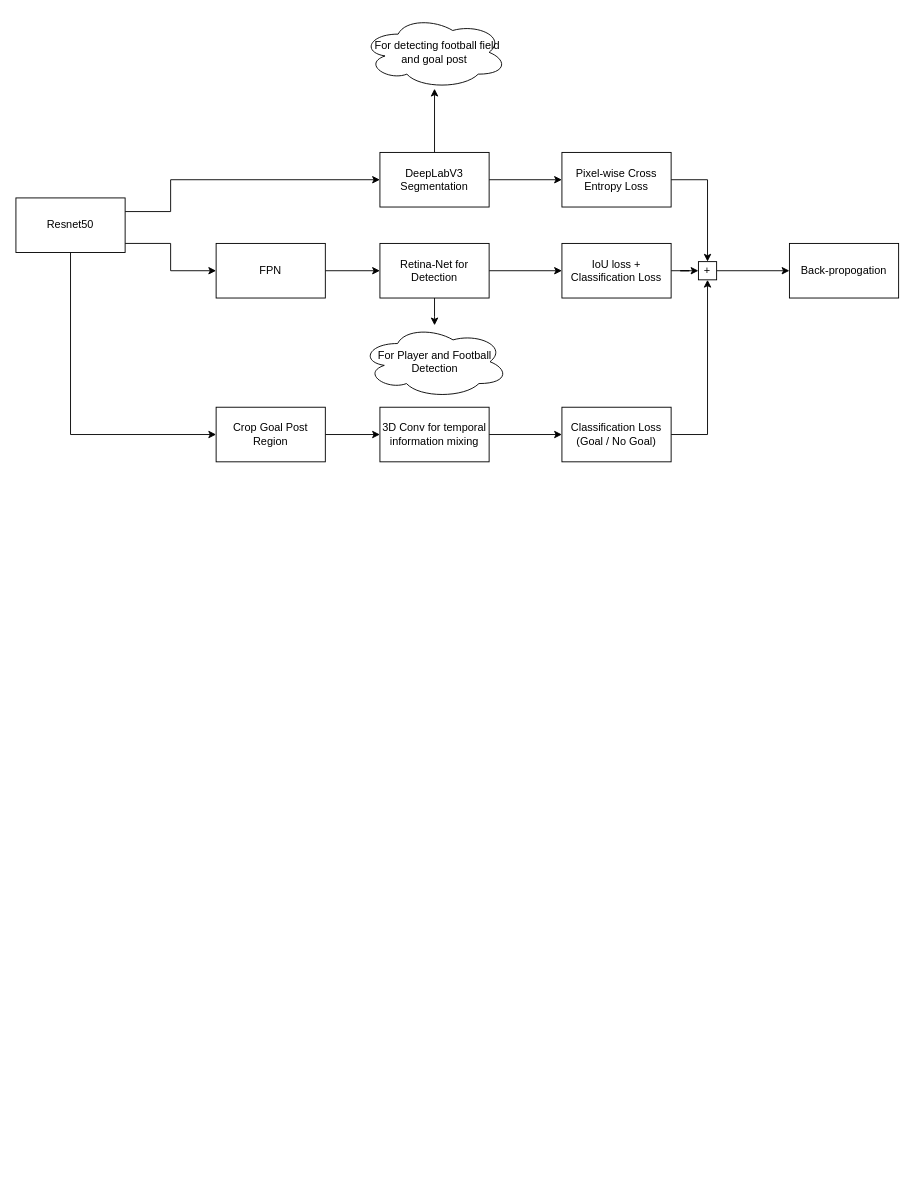
The draw.io diagram architecture.drawio in sohaib023/Penalty-Detection, before the edit. Source tidied: cells renumbered, new cells numbered last; positions are measured from the earlier drawing's top-left corner, leaving out a move shared by most shapes. Both pictures are drawn from the tidied source at 91%, with x=0, y=0 at pixel (15, 15).
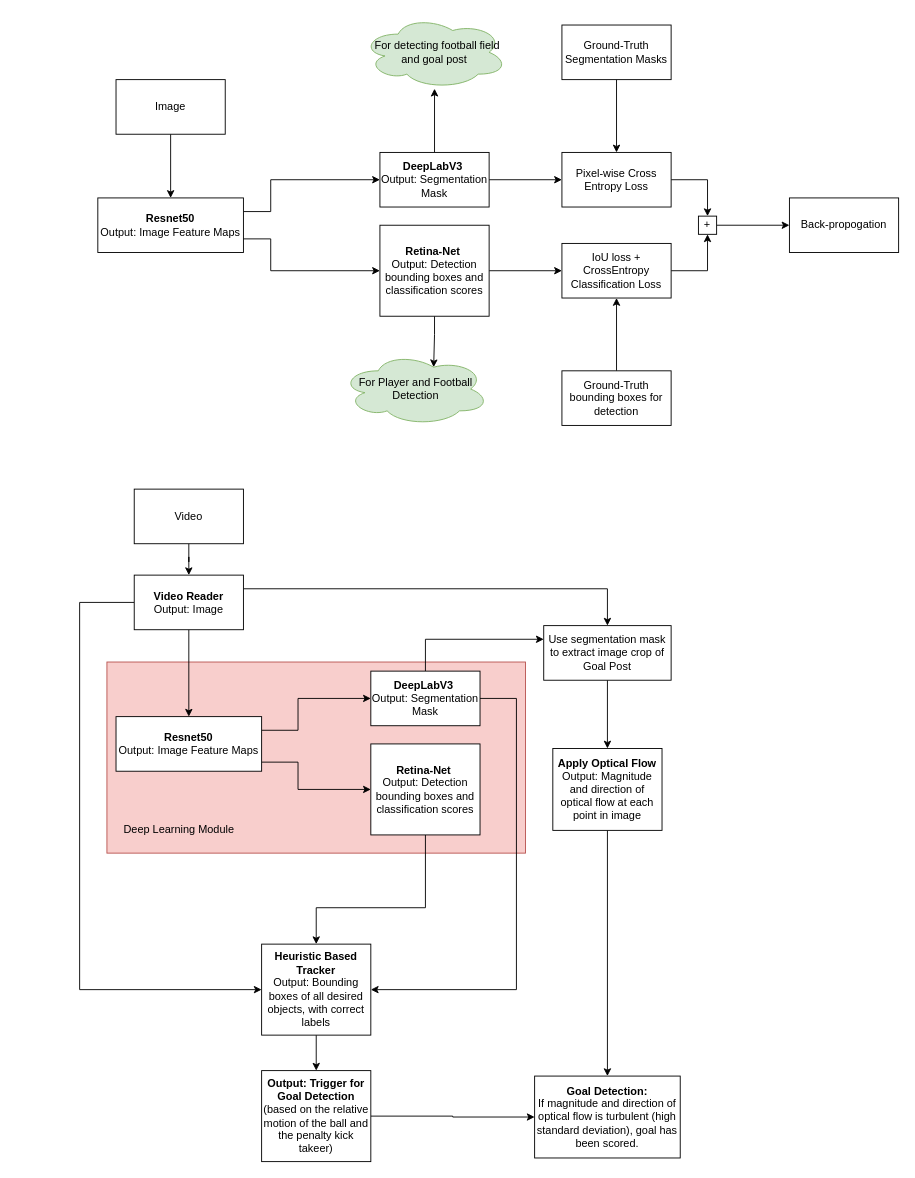
The same page after the edit.

The change refers to these unchanged cells:
```xml
<mxCell id="15" value="Pixel-wise Cross Entropy Loss" style="rounded=0;whiteSpace=wrap;html=1;" parent="1" vertex="1">
  <mxGeometry x="600" y="150" width="120" height="60" as="geometry" />
</mxCell>
```

Change to the diagram source:
```diff
@@
-    <mxCell id="2" style="edgeStyle=orthogonalEdgeStyle;rounded=0;jettySize=auto;html=1;" parent="1" edge="1" source="5" target="10">
-      <mxGeometry relative="1" as="geometry">
-        <Array as="points">
-          <mxPoint x="170" y="250" />
-          <mxPoint x="170" y="280" />
-        </Array>
-      </mxGeometry>
-    </mxCell>
+    <mxCell id="29" value="&lt;br&gt;&lt;br&gt;&lt;br&gt;&lt;br&gt;&lt;br&gt;&lt;br&gt;&lt;br&gt;&lt;br&gt;&lt;br&gt;&lt;br&gt;&lt;br&gt;&amp;nbsp; &amp;nbsp; &amp;nbsp;Deep Learning Module" style="rounded=0;whiteSpace=wrap;html=1;fillColor=#f8cecc;strokeColor=#b85450;align=left;" parent="1" vertex="1">
+      <mxGeometry x="100" y="710" width="460" height="210" as="geometry" />
+    </mxCell>
     <mxCell id="3" style="edgeStyle=orthogonalEdgeStyle;rounded=0;jettySize=auto;html=1;exitX=1;exitY=0.25;exitDx=0;exitDy=0;entryX=0;entryY=0.5;entryDx=0;entryDy=0;" parent="1" edge="1" source="5" target="8">
       <mxGeometry relative="1" as="geometry">
         <Array as="points">
-          <mxPoint x="170" y="215" />
-          <mxPoint x="170" y="180" />
+          <mxPoint x="280" y="215" />
+          <mxPoint x="280" y="180" />
         </Array>
       </mxGeometry>
     </mxCell>
-    <mxCell id="4" style="edgeStyle=orthogonalEdgeStyle;rounded=0;jettySize=auto;html=1;entryX=0;entryY=0.5;entryDx=0;entryDy=0;" parent="1" edge="1" source="5" target="24">
-      <mxGeometry relative="1" as="geometry">
-        <Array as="points">
-          <mxPoint x="60" y="460" />
-        </Array>
-      </mxGeometry>
-    </mxCell>
-    <mxCell id="5" value="Resnet50" style="rounded=0;whiteSpace=wrap;html=1;" parent="1" vertex="1">
-      <mxGeometry y="200" width="120" height="60" as="geometry" />
+    <mxCell id="5" value="&lt;b&gt;Resnet50&lt;/b&gt;&lt;br&gt;Output: Image Feature Maps" style="rounded=0;whiteSpace=wrap;html=1;" parent="1" vertex="1">
+      <mxGeometry x="90" y="200" width="160" height="60" as="geometry" />
     </mxCell>
@@
-    <mxCell id="8" value="DeepLabV3 Segmentation" style="rounded=0;whiteSpace=wrap;html=1;" parent="1" vertex="1">
+    <mxCell id="8" value="&lt;b&gt;DeepLabV3&amp;nbsp;&lt;/b&gt;&lt;br&gt;Output: Segmentation Mask" style="rounded=0;whiteSpace=wrap;html=1;" parent="1" vertex="1">
       <mxGeometry x="400" y="150" width="120" height="60" as="geometry" />
     </mxCell>
-    <mxCell id="9" style="edgeStyle=orthogonalEdgeStyle;rounded=0;jettySize=auto;html=1;" parent="1" edge="1" source="10" target="13">
-      <mxGeometry relative="1" as="geometry" />
+    <mxCell id="9" style="edgeStyle=orthogonalEdgeStyle;rounded=0;jettySize=auto;html=1;exitX=1;exitY=0.75;exitDx=0;exitDy=0;" parent="1" edge="1" source="5" target="13">
+      <mxGeometry relative="1" as="geometry">
+        <Array as="points">
+          <mxPoint x="280" y="245" />
+          <mxPoint x="280" y="280" />
+        </Array>
+      </mxGeometry>
     </mxCell>
-    <mxCell id="10" value="FPN" style="rounded=0;whiteSpace=wrap;html=1;" parent="1" vertex="1">
-      <mxGeometry x="220" y="250" width="120" height="60" as="geometry" />
-    </mxCell>
@@
-    <mxCell id="12" style="edgeStyle=orthogonalEdgeStyle;rounded=0;jettySize=auto;html=1;" parent="1" edge="1" source="13" target="21">
+    <mxCell id="12" style="edgeStyle=orthogonalEdgeStyle;rounded=0;jettySize=auto;html=1;exitX=0.5;exitY=1;exitDx=0;exitDy=0;entryX=0.625;entryY=0.2;entryDx=0;entryDy=0;entryPerimeter=0;" parent="1" edge="1" source="13" target="21">
       <mxGeometry relative="1" as="geometry" />
     </mxCell>
-    <mxCell id="13" value="Retina-Net for Detection" style="rounded=0;whiteSpace=wrap;html=1;" parent="1" vertex="1">
-      <mxGeometry x="400" y="250" width="120" height="60" as="geometry" />
+    <mxCell id="13" value="&lt;b&gt;Retina-Net&amp;nbsp;&lt;br&gt;&lt;/b&gt;Output: Detection bounding boxes and classification scores" style="rounded=0;whiteSpace=wrap;html=1;" parent="1" vertex="1">
+      <mxGeometry x="400" y="230" width="120" height="100" as="geometry" />
     </mxCell>
@@
-    <mxCell id="16" style="edgeStyle=orthogonalEdgeStyle;rounded=0;jettySize=auto;html=1;entryX=0;entryY=0.5;entryDx=0;entryDy=0;" parent="1" edge="1" source="17" target="19">
+    <mxCell id="16" style="edgeStyle=orthogonalEdgeStyle;rounded=0;jettySize=auto;html=1;entryX=0.5;entryY=1;entryDx=0;entryDy=0;" parent="1" edge="1" source="17" target="19">
       <mxGeometry relative="1" as="geometry" />
     </mxCell>
-    <mxCell id="17" value="IoU loss + Classification Loss" style="rounded=0;whiteSpace=wrap;html=1;" parent="1" vertex="1">
+    <mxCell id="17" value="IoU loss + CrossEntropy Classification Loss" style="rounded=0;whiteSpace=wrap;html=1;" parent="1" vertex="1">
       <mxGeometry x="600" y="250" width="120" height="60" as="geometry" />
     </mxCell>
@@
     <mxCell id="19" value="+" style="rounded=0;whiteSpace=wrap;html=1;" parent="1" vertex="1">
-      <mxGeometry x="750" y="270" width="20" height="20" as="geometry" />
+      <mxGeometry x="750" y="220" width="20" height="20" as="geometry" />
     </mxCell>
     <mxCell id="20" value="Back-propogation" style="whiteSpace=wrap;html=1;rounded=0;" parent="1" vertex="1">
-      <mxGeometry x="850" y="250" width="120" height="60" as="geometry" />
+      <mxGeometry x="850" y="200" width="120" height="60" as="geometry" />
     </mxCell>
-    <mxCell id="21" value="For Player and Football Detection" style="ellipse;shape=cloud;whiteSpace=wrap;html=1;rounded=0;" parent="1" vertex="1">
-      <mxGeometry x="378.8" y="340" width="162.5" height="80" as="geometry" />
+    <mxCell id="21" value="For Player and Football Detection" style="ellipse;shape=cloud;whiteSpace=wrap;html=1;rounded=0;fillColor=#d5e8d4;strokeColor=#82b366;" parent="1" vertex="1">
+      <mxGeometry x="357.5" y="370" width="162.5" height="80" as="geometry" />
     </mxCell>
-    <mxCell id="22" value="&amp;nbsp; For detecting football field and goal post" style="ellipse;shape=cloud;whiteSpace=wrap;html=1;rounded=0;" parent="1" vertex="1">
+    <mxCell id="22" value="&amp;nbsp; For detecting football field and goal post" style="ellipse;shape=cloud;whiteSpace=wrap;html=1;rounded=0;fillColor=#d5e8d4;strokeColor=#82b366;" parent="1" vertex="1">
       <mxGeometry x="380" width="160" height="80" as="geometry" />
     </mxCell>
-    <mxCell id="23" style="edgeStyle=orthogonalEdgeStyle;rounded=0;jettySize=auto;html=1;" parent="1" edge="1" source="24" target="26">
-      <mxGeometry relative="1" as="geometry" />
-    </mxCell>
-    <mxCell id="24" value="Crop Goal Post Region" style="rounded=0;whiteSpace=wrap;html=1;" parent="1" vertex="1">
-      <mxGeometry x="220" y="430" width="120" height="60" as="geometry" />
-    </mxCell>
-    <mxCell id="25" style="edgeStyle=orthogonalEdgeStyle;rounded=0;jettySize=auto;html=1;" parent="1" edge="1" source="26" target="28">
-      <mxGeometry relative="1" as="geometry" />
-    </mxCell>
-    <mxCell id="26" value="3D Conv for temporal information mixing" style="rounded=0;whiteSpace=wrap;html=1;" parent="1" vertex="1">
-      <mxGeometry x="400" y="430" width="120" height="60" as="geometry" />
-    </mxCell>
-    <mxCell id="27" style="edgeStyle=orthogonalEdgeStyle;rounded=0;jettySize=auto;html=1;exitX=1;exitY=0.5;exitDx=0;exitDy=0;entryX=0.5;entryY=1;entryDx=0;entryDy=0;" parent="1" edge="1" source="28" target="19">
-      <mxGeometry relative="1" as="geometry" />
-    </mxCell>
-    <mxCell id="28" value="Classification Loss (Goal / No Goal)" style="rounded=0;whiteSpace=wrap;html=1;" parent="1" vertex="1">
-      <mxGeometry x="600" y="430" width="120" height="60" as="geometry" />
-    </mxCell>
+    <mxCell id="30" style="edgeStyle=orthogonalEdgeStyle;rounded=0;jettySize=auto;html=1;exitX=0.5;exitY=1;exitDx=0;exitDy=0;entryX=0.5;entryY=0;entryDx=0;entryDy=0;" parent="1" edge="1" source="31" target="5">
+      <mxGeometry relative="1" as="geometry" />
+    </mxCell>
+    <mxCell id="31" value="Image" style="rounded=0;whiteSpace=wrap;html=1;" parent="1" vertex="1">
+      <mxGeometry x="110" y="70" width="120" height="60" as="geometry" />
+    </mxCell>
+    <mxCell id="32" style="edgeStyle=orthogonalEdgeStyle;rounded=0;jettySize=auto;html=1;entryX=0;entryY=0.5;entryDx=0;entryDy=0;" parent="1" edge="1" source="34" target="39">
+      <mxGeometry relative="1" as="geometry">
+        <Array as="points">
+          <mxPoint x="310" y="820" />
+          <mxPoint x="310" y="850" />
+        </Array>
+      </mxGeometry>
+    </mxCell>
+    <mxCell id="33" style="edgeStyle=orthogonalEdgeStyle;rounded=0;jettySize=auto;html=1;exitX=1;exitY=0.25;exitDx=0;exitDy=0;entryX=0;entryY=0.5;entryDx=0;entryDy=0;" parent="1" edge="1" source="34" target="37">
+      <mxGeometry relative="1" as="geometry">
+        <Array as="points">
+          <mxPoint x="310" y="785" />
+          <mxPoint x="310" y="750" />
+        </Array>
+      </mxGeometry>
+    </mxCell>
+    <mxCell id="34" value="&lt;b&gt;Resnet50&lt;br&gt;&lt;/b&gt;Output: Image Feature Maps" style="rounded=0;whiteSpace=wrap;html=1;" parent="1" vertex="1">
+      <mxGeometry x="110" y="770" width="160" height="60" as="geometry" />
+    </mxCell>
+    <mxCell id="35" style="edgeStyle=orthogonalEdgeStyle;rounded=0;jettySize=auto;html=1;exitX=0.5;exitY=0;exitDx=0;exitDy=0;entryX=0;entryY=0.25;entryDx=0;entryDy=0;" parent="1" edge="1" source="37" target="53">
+      <mxGeometry relative="1" as="geometry" />
+    </mxCell>
+    <mxCell id="36" style="edgeStyle=orthogonalEdgeStyle;rounded=0;jettySize=auto;html=1;exitX=1;exitY=0.5;exitDx=0;exitDy=0;entryX=1;entryY=0.5;entryDx=0;entryDy=0;" parent="1" edge="1" source="37" target="56">
+      <mxGeometry relative="1" as="geometry">
+        <Array as="points">
+          <mxPoint x="550" y="750" />
+          <mxPoint x="550" y="1070" />
+        </Array>
+      </mxGeometry>
+    </mxCell>
+    <mxCell id="37" value="&lt;b&gt;DeepLabV3&amp;nbsp;&lt;/b&gt;&lt;br&gt;Output: Segmentation Mask" style="rounded=0;whiteSpace=wrap;html=1;" parent="1" vertex="1">
+      <mxGeometry x="390" y="720" width="120" height="60" as="geometry" />
+    </mxCell>
+    <mxCell id="38" style="edgeStyle=orthogonalEdgeStyle;rounded=0;jettySize=auto;html=1;" parent="1" edge="1" source="39" target="56">
+      <mxGeometry relative="1" as="geometry">
+        <Array as="points">
+          <mxPoint x="450" y="980" />
+          <mxPoint x="330" y="980" />
+        </Array>
+      </mxGeometry>
+    </mxCell>
+    <mxCell id="39" value="&lt;b&gt;Retina-Net&amp;nbsp;&lt;br&gt;&lt;/b&gt;Output: Detection bounding boxes and classification scores" style="rounded=0;whiteSpace=wrap;html=1;" parent="1" vertex="1">
+      <mxGeometry x="390" y="800" width="120" height="100" as="geometry" />
+    </mxCell>
+    <mxCell id="40" style="edgeStyle=orthogonalEdgeStyle;rounded=0;jettySize=auto;html=1;" parent="1" edge="1" source="41" target="54">
+      <mxGeometry relative="1" as="geometry" />
+    </mxCell>
+    <mxCell id="41" value="&lt;b&gt;Apply Optical Flow&lt;/b&gt;&lt;br&gt;Output: Magnitude and direction of optical flow at each point in image" style="rounded=0;whiteSpace=wrap;html=1;" parent="1" vertex="1">
+      <mxGeometry x="590" y="805" width="120" height="90" as="geometry" />
+    </mxCell>
+    <mxCell id="42" style="edgeStyle=orthogonalEdgeStyle;rounded=0;jettySize=auto;html=1;exitX=0.5;exitY=1;exitDx=0;exitDy=0;entryX=0.5;entryY=0;entryDx=0;entryDy=0;" parent="1" edge="1" source="43" target="15">
+      <mxGeometry relative="1" as="geometry" />
+    </mxCell>
+    <mxCell id="43" value="Ground-Truth Segmentation Masks" style="rounded=0;whiteSpace=wrap;html=1;" parent="1" vertex="1">
+      <mxGeometry x="600" y="10" width="120" height="60" as="geometry" />
+    </mxCell>
+    <mxCell id="44" style="edgeStyle=orthogonalEdgeStyle;rounded=0;jettySize=auto;html=1;exitX=0.5;exitY=0;exitDx=0;exitDy=0;entryX=0.5;entryY=1;entryDx=0;entryDy=0;" parent="1" edge="1" source="45" target="17">
+      <mxGeometry relative="1" as="geometry" />
+    </mxCell>
+    <mxCell id="45" value="Ground-Truth bounding boxes for detection" style="rounded=0;whiteSpace=wrap;html=1;" parent="1" vertex="1">
+      <mxGeometry x="600" y="390" width="120" height="60" as="geometry" />
+    </mxCell>
+    <mxCell id="46" style="edgeStyle=orthogonalEdgeStyle;rounded=0;jettySize=auto;html=1;" parent="1" edge="1" source="47" target="51">
+      <mxGeometry relative="1" as="geometry" />
+    </mxCell>
+    <mxCell id="47" value="Video" style="rounded=0;whiteSpace=wrap;html=1;" parent="1" vertex="1">
+      <mxGeometry x="130" y="520" width="120" height="60" as="geometry" />
+    </mxCell>
+    <mxCell id="48" style="edgeStyle=orthogonalEdgeStyle;rounded=0;jettySize=auto;html=1;entryX=0.5;entryY=0;entryDx=0;entryDy=0;" parent="1" edge="1" source="51" target="34">
+      <mxGeometry relative="1" as="geometry" />
+    </mxCell>
+    <mxCell id="49" style="edgeStyle=orthogonalEdgeStyle;rounded=0;jettySize=auto;html=1;exitX=0;exitY=0.5;exitDx=0;exitDy=0;entryX=0;entryY=0.5;entryDx=0;entryDy=0;" parent="1" edge="1" source="51" target="56">
+      <mxGeometry relative="1" as="geometry">
+        <Array as="points">
+          <mxPoint x="70" y="645" />
+          <mxPoint x="70" y="1070" />
+        </Array>
+      </mxGeometry>
+    </mxCell>
+    <mxCell id="50" style="edgeStyle=orthogonalEdgeStyle;rounded=0;jettySize=auto;html=1;exitX=1;exitY=0.25;exitDx=0;exitDy=0;entryX=0.5;entryY=0;entryDx=0;entryDy=0;" parent="1" edge="1" source="51" target="53">
+      <mxGeometry relative="1" as="geometry" />
+    </mxCell>
+    <mxCell id="51" value="&lt;b&gt;Video Reader&lt;/b&gt;&lt;br&gt;Output: Image" style="rounded=0;whiteSpace=wrap;html=1;" parent="1" vertex="1">
+      <mxGeometry x="130" y="614.5" width="120" height="60" as="geometry" />
+    </mxCell>
+    <mxCell id="52" style="edgeStyle=orthogonalEdgeStyle;rounded=0;jettySize=auto;html=1;exitX=0.5;exitY=1;exitDx=0;exitDy=0;entryX=0.5;entryY=0;entryDx=0;entryDy=0;" parent="1" edge="1" source="53" target="41">
+      <mxGeometry relative="1" as="geometry" />
+    </mxCell>
+    <mxCell id="53" value="Use segmentation mask to extract image crop of Goal Post" style="rounded=0;whiteSpace=wrap;html=1;" parent="1" vertex="1">
+      <mxGeometry x="580" y="670" width="140" height="60" as="geometry" />
+    </mxCell>
+    <mxCell id="54" value="&lt;b&gt;Goal Detection:&lt;/b&gt;&lt;br&gt;If magnitude and direction of optical flow is turbulent (high standard deviation), goal has been scored." style="rounded=0;whiteSpace=wrap;html=1;" parent="1" vertex="1">
+      <mxGeometry x="570" y="1165" width="160" height="90" as="geometry" />
+    </mxCell>
+    <mxCell id="55" style="edgeStyle=orthogonalEdgeStyle;rounded=0;jettySize=auto;html=1;exitX=0.5;exitY=1;exitDx=0;exitDy=0;entryX=0.5;entryY=0;entryDx=0;entryDy=0;" parent="1" edge="1" source="56" target="58">
+      <mxGeometry relative="1" as="geometry" />
+    </mxCell>
+    <mxCell id="56" value="&lt;b&gt;Heuristic Based Tracker&lt;/b&gt;&lt;br&gt;Output: Bounding boxes of all desired objects, with correct labels" style="rounded=0;whiteSpace=wrap;html=1;" parent="1" vertex="1">
+      <mxGeometry x="270" y="1020" width="120" height="100" as="geometry" />
+    </mxCell>
+    <mxCell id="57" style="edgeStyle=orthogonalEdgeStyle;rounded=0;jettySize=auto;html=1;exitX=1;exitY=0.5;exitDx=0;exitDy=0;entryX=0;entryY=0.5;entryDx=0;entryDy=0;" parent="1" edge="1" source="58" target="54">
+      <mxGeometry relative="1" as="geometry" />
+    </mxCell>
+    <mxCell id="58" value="&lt;b&gt;Output: Trigger for Goal Detection &lt;/b&gt;(based on the relative motion of the ball and the penalty kick takeer)&lt;br&gt;" style="rounded=0;whiteSpace=wrap;html=1;" parent="1" vertex="1">
+      <mxGeometry x="270" y="1159" width="120" height="100" as="geometry" />
+    </mxCell>
```
